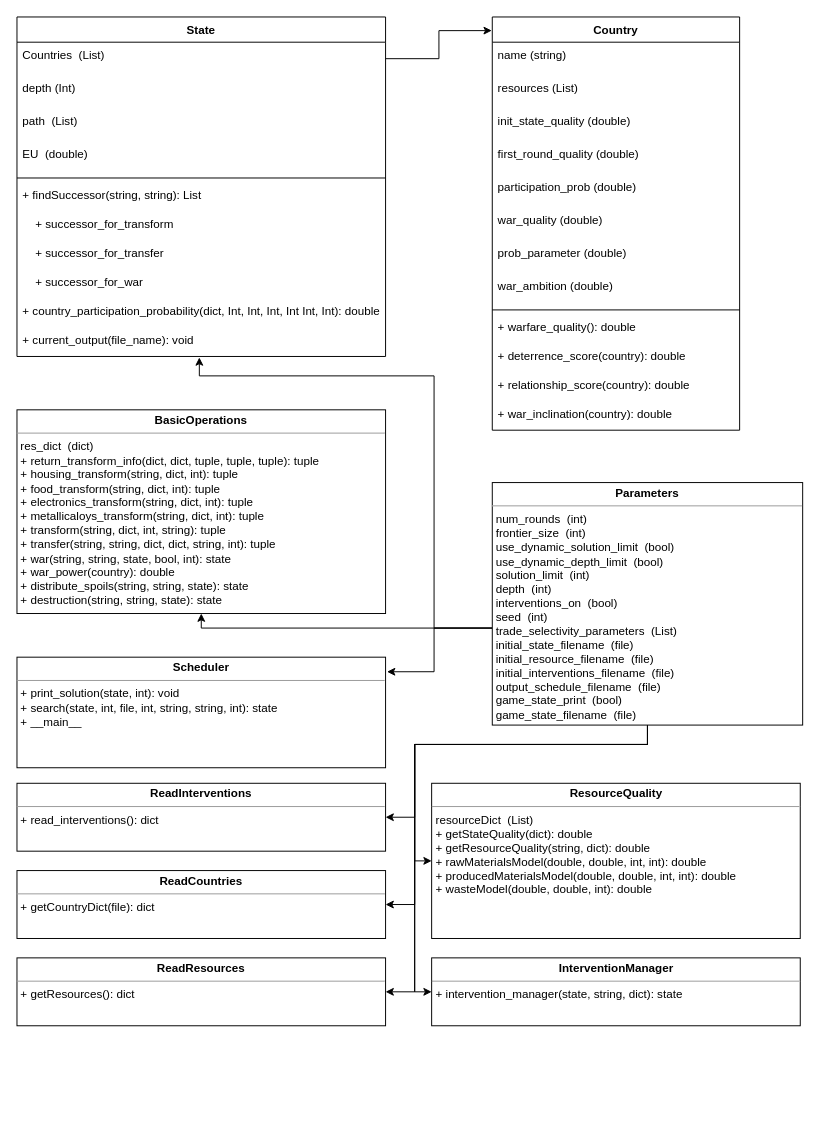
Above: diagram.drawio in nitadavid2/CS4269_Group4_Project (draw.io), before the change. Source tidied: cells renumbered, new cells numbered last; positions are measured from the earlier drawing's top-left corner, leaving out a move shared by most shapes. Both pictures are drawn from the tidied source at 97%, with x=0, y=0 at pixel (16, 16).
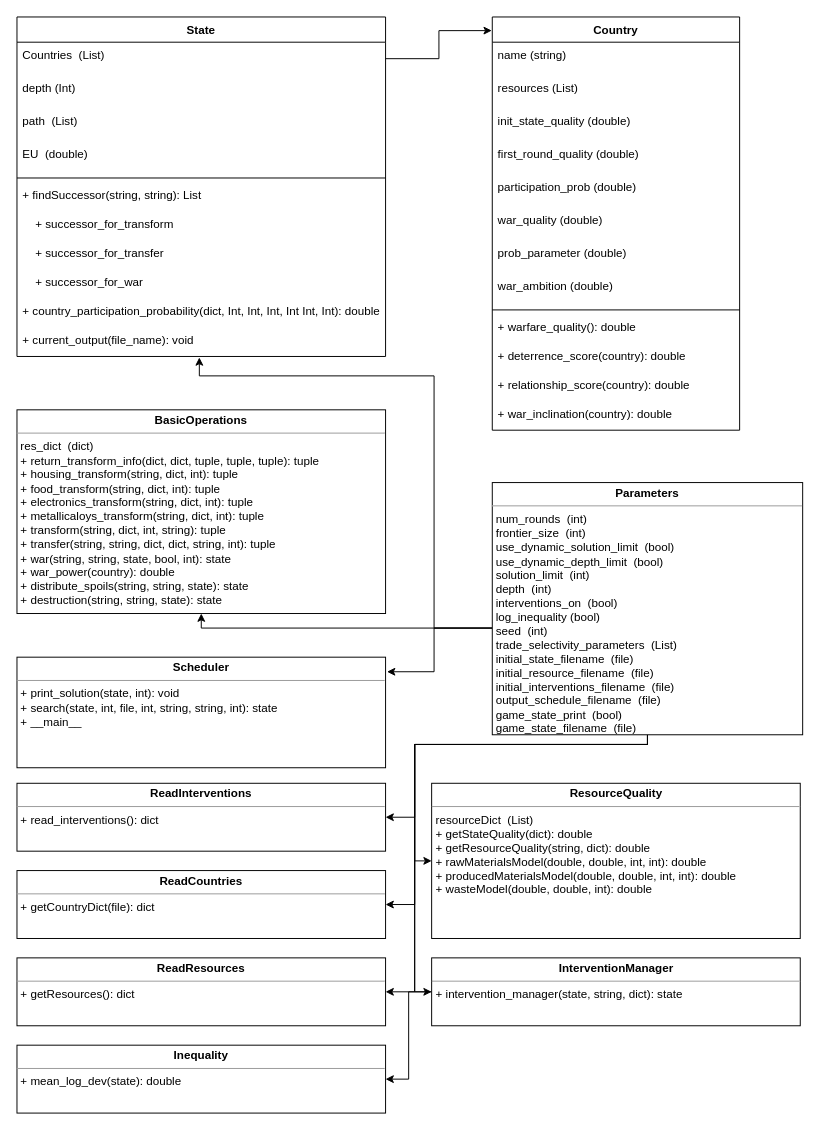
Above is the later version.

Unchanged cells that the change refers to:
```xml
<mxCell id="34" value="&lt;p style=&quot;margin: 0px ; margin-top: 4px ; text-align: center&quot;&gt;&lt;b&gt;InterventionManager&lt;/b&gt;&lt;br&gt;&lt;/p&gt;&lt;hr size=&quot;1&quot;&gt;&lt;p style=&quot;margin: 0px ; margin-left: 4px&quot;&gt;&lt;span&gt;+ intervention_manager(state, string, dict): state&lt;/span&gt;&lt;/p&gt;" style="verticalAlign=top;align=left;overflow=fill;fontSize=12;fontFamily=Helvetica;html=1;" parent="1" vertex="1">
  <mxGeometry x="427.5" y="970" width="380" height="70" as="geometry" />
</mxCell>
```

Change to the diagram source:
```diff
@@
+    <mxCell id="45" style="edgeStyle=orthogonalEdgeStyle;rounded=0;jettySize=auto;html=1;entryX=1;entryY=0.5;entryDx=0;entryDy=0;" parent="1" edge="1" source="34" target="46">
+      <mxGeometry relative="1" as="geometry" />
+    </mxCell>
@@
-    <mxCell id="44" value="&lt;p style=&quot;margin: 0px ; margin-top: 4px ; text-align: center&quot;&gt;&lt;b&gt;Parameters&lt;/b&gt;&lt;/p&gt;&lt;hr size=&quot;1&quot;&gt;&lt;p style=&quot;margin: 0px ; margin-left: 4px&quot;&gt;num_rounds&amp;nbsp; (int)&lt;/p&gt;&lt;p style=&quot;margin: 0px ; margin-left: 4px&quot;&gt;frontier_size&amp;nbsp; (int)&lt;/p&gt;&lt;p style=&quot;margin: 0px ; margin-left: 4px&quot;&gt;use_dynamic_solution_limit&amp;nbsp; (bool)&lt;/p&gt;&lt;p style=&quot;margin: 0px ; margin-left: 4px&quot;&gt;use_dynamic_depth_limit&amp;nbsp; (bool)&lt;/p&gt;&lt;p style=&quot;margin: 0px ; margin-left: 4px&quot;&gt;solution_limit&amp;nbsp; (int)&lt;/p&gt;&lt;p style=&quot;margin: 0px ; margin-left: 4px&quot;&gt;depth&amp;nbsp; (int)&lt;/p&gt;&lt;p style=&quot;margin: 0px ; margin-left: 4px&quot;&gt;interventions_on&amp;nbsp; (bool)&lt;/p&gt;&lt;p style=&quot;margin: 0px ; margin-left: 4px&quot;&gt;seed&amp;nbsp; (int)&lt;/p&gt;&lt;p style=&quot;margin: 0px ; margin-left: 4px&quot;&gt;trade_selectivity_parameters&amp;nbsp; (List)&lt;/p&gt;&lt;p style=&quot;margin: 0px ; margin-left: 4px&quot;&gt;initial_state_filename&amp;nbsp; (file)&lt;/p&gt;&lt;p style=&quot;margin: 0px ; margin-left: 4px&quot;&gt;initial_resource_filename&amp;nbsp; (file)&lt;/p&gt;&lt;p style=&quot;margin: 0px ; margin-left: 4px&quot;&gt;initial_interventions_filename&amp;nbsp; (file)&lt;/p&gt;&lt;p style=&quot;margin: 0px ; margin-left: 4px&quot;&gt;output_schedule_filename&amp;nbsp; (file)&lt;/p&gt;&lt;p style=&quot;margin: 0px ; margin-left: 4px&quot;&gt;game_state_print&amp;nbsp; (bool)&lt;/p&gt;&lt;p style=&quot;margin: 0px ; margin-left: 4px&quot;&gt;game_state_filename&amp;nbsp; (file)&lt;/p&gt;" style="verticalAlign=top;align=left;overflow=fill;fontSize=12;fontFamily=Helvetica;html=1;" parent="1" vertex="1">
-      <mxGeometry x="490" y="480" width="320" height="250" as="geometry" />
+    <mxCell id="44" value="&lt;p style=&quot;margin: 0px ; margin-top: 4px ; text-align: center&quot;&gt;&lt;b&gt;Parameters&lt;/b&gt;&lt;/p&gt;&lt;hr size=&quot;1&quot;&gt;&lt;p style=&quot;margin: 0px ; margin-left: 4px&quot;&gt;num_rounds&amp;nbsp; (int)&lt;/p&gt;&lt;p style=&quot;margin: 0px ; margin-left: 4px&quot;&gt;frontier_size&amp;nbsp; (int)&lt;/p&gt;&lt;p style=&quot;margin: 0px ; margin-left: 4px&quot;&gt;use_dynamic_solution_limit&amp;nbsp; (bool)&lt;/p&gt;&lt;p style=&quot;margin: 0px ; margin-left: 4px&quot;&gt;use_dynamic_depth_limit&amp;nbsp; (bool)&lt;/p&gt;&lt;p style=&quot;margin: 0px ; margin-left: 4px&quot;&gt;solution_limit&amp;nbsp; (int)&lt;/p&gt;&lt;p style=&quot;margin: 0px ; margin-left: 4px&quot;&gt;depth&amp;nbsp; (int)&lt;/p&gt;&lt;p style=&quot;margin: 0px ; margin-left: 4px&quot;&gt;interventions_on&amp;nbsp; (bool)&lt;/p&gt;&lt;p style=&quot;margin: 0px ; margin-left: 4px&quot;&gt;log_inequality (bool)&lt;/p&gt;&lt;p style=&quot;margin: 0px ; margin-left: 4px&quot;&gt;seed&amp;nbsp; (int)&lt;/p&gt;&lt;p style=&quot;margin: 0px ; margin-left: 4px&quot;&gt;trade_selectivity_parameters&amp;nbsp; (List)&lt;/p&gt;&lt;p style=&quot;margin: 0px ; margin-left: 4px&quot;&gt;initial_state_filename&amp;nbsp; (file)&lt;/p&gt;&lt;p style=&quot;margin: 0px ; margin-left: 4px&quot;&gt;initial_resource_filename&amp;nbsp; (file)&lt;/p&gt;&lt;p style=&quot;margin: 0px ; margin-left: 4px&quot;&gt;initial_interventions_filename&amp;nbsp; (file)&lt;/p&gt;&lt;p style=&quot;margin: 0px ; margin-left: 4px&quot;&gt;output_schedule_filename&amp;nbsp; (file)&lt;/p&gt;&lt;p style=&quot;margin: 0px ; margin-left: 4px&quot;&gt;game_state_print&amp;nbsp; (bool)&lt;/p&gt;&lt;p style=&quot;margin: 0px ; margin-left: 4px&quot;&gt;game_state_filename&amp;nbsp; (file)&lt;/p&gt;" style="verticalAlign=top;align=left;overflow=fill;fontSize=12;fontFamily=Helvetica;html=1;" parent="1" vertex="1">
+      <mxGeometry x="490" y="480" width="320" height="260" as="geometry" />
     </mxCell>
+    <mxCell id="46" value="&lt;p style=&quot;margin: 0px ; margin-top: 4px ; text-align: center&quot;&gt;&lt;b&gt;Inequality&lt;/b&gt;&lt;br&gt;&lt;/p&gt;&lt;hr size=&quot;1&quot;&gt;&lt;p style=&quot;margin: 0px ; margin-left: 4px&quot;&gt;&lt;span&gt;+ mean_log_dev(state): double&lt;/span&gt;&lt;/p&gt;" style="verticalAlign=top;align=left;overflow=fill;fontSize=12;fontFamily=Helvetica;html=1;" parent="1" vertex="1">
+      <mxGeometry y="1060" width="380" height="70" as="geometry" />
+    </mxCell>
```
